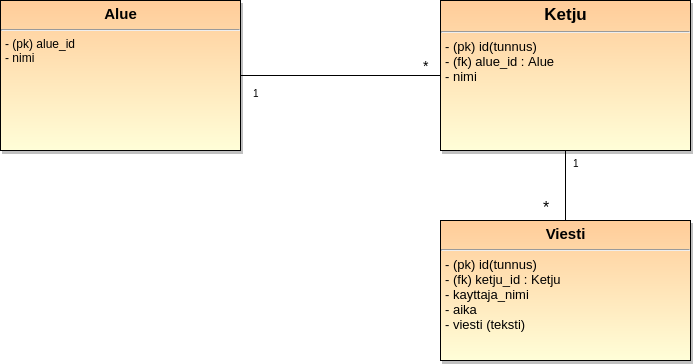
Before: tikapeTietokantakaavioVko2.png, a diagram exported from draw.io (lmeri/tikape-projekti). Source tidied: cells renumbered, new cells last; positions are measured from the earlier drawing's top-left corner, leaving out a move shared by most shapes.
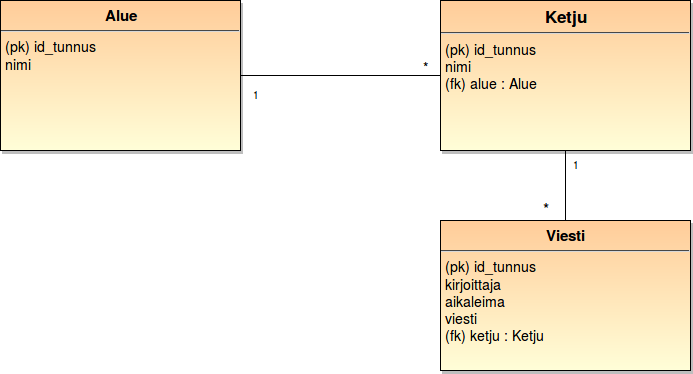
The same diagram one commit later.

Commit message:
päivitetty tietokantakaavio

What changed in the source:
```diff
@@ -2,14 +2,14 @@
   <root>
     <mxCell id="0" style="html=1;" />
     <mxCell id="1" style="html=1;" parent="0" />
-    <mxCell id="2" value="&lt;p style=&quot;margin: 0px ; margin-top: 4px ; text-align: center&quot;&gt;&lt;font style=&quot;font-size: 15px&quot;&gt;&lt;b&gt;Alue&lt;/b&gt;&lt;/font&gt;&lt;/p&gt;&lt;hr&gt;&lt;p style=&quot;margin: 0px ; margin-left: 4px&quot;&gt;&lt;font style=&quot;font-size: 12px&quot;&gt;- (pk) alue_id&lt;/font&gt;&lt;/p&gt;&lt;p style=&quot;margin: 0px ; margin-left: 4px&quot;&gt;&lt;font style=&quot;font-size: 12px&quot;&gt;- nimi&lt;/font&gt;&lt;/p&gt;" style="shadow=1;fillColor=#FFCC99;gradientColor=#FFFED8;verticalAlign=top;align=left;overflow=fill;fontSize=12;fontFamily=Helvetica;html=1;" parent="1" vertex="1">
+    <mxCell id="2" value="&lt;p style=&quot;margin: 0px ; margin-top: 4px ; text-align: center&quot;&gt;&lt;font style=&quot;font-size: 15px&quot;&gt;&lt;b&gt;Alue&lt;/b&gt;&lt;/font&gt;&lt;/p&gt;&lt;hr&gt;&lt;p style=&quot;margin: 0px ; margin-left: 4px&quot;&gt;&lt;font style=&quot;font-size: 14px&quot;&gt;(pk) id_tunnus&lt;br&gt;&lt;/font&gt;&lt;/p&gt;&lt;p style=&quot;margin: 0px ; margin-left: 4px&quot;&gt;&lt;font style=&quot;font-size: 14px&quot;&gt;nimi&lt;/font&gt;&lt;/p&gt;" style="shadow=1;fillColor=#FFCC99;gradientColor=#FFFED8;verticalAlign=top;align=left;overflow=fill;fontSize=12;fontFamily=Helvetica;html=1;" parent="1" vertex="1">
       <mxGeometry width="240" height="150" as="geometry" />
     </mxCell>
-    <mxCell id="3" value="&lt;p style=&quot;margin: 0px ; margin-top: 4px ; text-align: center&quot;&gt;&lt;font style=&quot;font-size: 17px&quot;&gt;&lt;b&gt;Ketju&lt;/b&gt;&lt;/font&gt;&lt;/p&gt;&lt;hr&gt;&lt;p style=&quot;margin: 0px ; margin-left: 4px&quot;&gt;&lt;font style=&quot;font-size: 13px&quot;&gt;- (pk) id(tunnus)&lt;/font&gt;&lt;/p&gt;&lt;p style=&quot;margin: 0px ; margin-left: 4px&quot;&gt;&lt;font style=&quot;font-size: 13px&quot;&gt;- (fk) alue_id : Alue&lt;/font&gt;&lt;/p&gt;&lt;p style=&quot;margin: 0px ; margin-left: 4px&quot;&gt;&lt;font style=&quot;font-size: 13px&quot;&gt;- nimi&lt;/font&gt;&lt;/p&gt;" style="shadow=1;fillColor=#FFCC99;gradientColor=#FFFED8;verticalAlign=top;align=left;overflow=fill;fontSize=12;fontFamily=Helvetica;html=1;" parent="1" vertex="1">
+    <mxCell id="3" value="&lt;p style=&quot;margin: 0px ; margin-top: 4px ; text-align: center&quot;&gt;&lt;font style=&quot;font-size: 17px&quot;&gt;&lt;b&gt;Ketju&lt;/b&gt;&lt;/font&gt;&lt;/p&gt;&lt;hr&gt;&lt;p style=&quot;margin: 0px ; margin-left: 4px&quot;&gt;&lt;font style=&quot;font-size: 14px&quot;&gt;(pk) id_tunnus&lt;/font&gt;&lt;/p&gt;&lt;p style=&quot;margin: 0px ; margin-left: 4px&quot;&gt;&lt;font style=&quot;font-size: 14px&quot;&gt;nimi&lt;br&gt;&lt;/font&gt;&lt;/p&gt;&lt;p style=&quot;margin: 0px ; margin-left: 4px&quot;&gt;&lt;font style=&quot;font-size: 13px&quot;&gt;&lt;font style=&quot;font-size: 14px&quot;&gt;(fk) alue : Alue&lt;/font&gt;&lt;br&gt;&lt;/font&gt;&lt;/p&gt;&amp;nbsp; &lt;br&gt;" style="shadow=1;fillColor=#FFCC99;gradientColor=#FFFED8;verticalAlign=top;align=left;overflow=fill;fontSize=12;fontFamily=Helvetica;html=1;" parent="1" vertex="1">
       <mxGeometry x="440" width="250" height="150" as="geometry" />
     </mxCell>
-    <mxCell id="4" value="&lt;p style=&quot;margin: 0px ; margin-top: 4px ; text-align: center&quot;&gt;&lt;font style=&quot;font-size: 15px&quot;&gt;&lt;b&gt;Viesti&lt;/b&gt;&lt;/font&gt;&lt;/p&gt;&lt;hr&gt;&lt;p style=&quot;margin: 0px ; margin-left: 4px&quot;&gt;&lt;font style=&quot;font-size: 13px&quot;&gt;- (pk) id(tunnus)&lt;/font&gt;&lt;/p&gt;&lt;p style=&quot;margin: 0px ; margin-left: 4px&quot;&gt;&lt;font style=&quot;font-size: 13px&quot;&gt;- (fk) ketju_id : Ketju&lt;/font&gt;&lt;/p&gt;&lt;p style=&quot;margin: 0px ; margin-left: 4px&quot;&gt;&lt;font style=&quot;font-size: 13px&quot;&gt;- kayttaja_nimi&lt;/font&gt;&lt;/p&gt;&lt;p style=&quot;margin: 0px ; margin-left: 4px&quot;&gt;&lt;font style=&quot;font-size: 13px&quot;&gt;- aika&lt;/font&gt;&lt;/p&gt;&lt;p style=&quot;margin: 0px ; margin-left: 4px&quot;&gt;&lt;span style=&quot;font-size: 13px&quot;&gt;- viesti (teksti)&lt;/span&gt;&lt;/p&gt;" style="shadow=1;fillColor=#FFCC99;gradientColor=#FFFED8;verticalAlign=top;align=left;overflow=fill;fontSize=12;fontFamily=Helvetica;html=1;" parent="1" vertex="1">
-      <mxGeometry x="440" y="220" width="250" height="140" as="geometry" />
+    <mxCell id="4" value="&lt;p style=&quot;margin: 0px ; margin-top: 4px ; text-align: center&quot;&gt;&lt;font style=&quot;font-size: 15px&quot;&gt;&lt;b&gt;Viesti&lt;/b&gt;&lt;/font&gt;&lt;/p&gt;&lt;hr&gt;&lt;p style=&quot;margin: 0px ; margin-left: 4px&quot;&gt;&lt;font style=&quot;font-size: 14px&quot;&gt;(pk) id_tunnus&lt;/font&gt;&lt;/p&gt;&lt;p style=&quot;margin: 0px ; margin-left: 4px&quot;&gt;&lt;font style=&quot;font-size: 14px&quot;&gt;kirjoittaja&lt;/font&gt;&lt;/p&gt;&lt;p style=&quot;margin: 0px ; margin-left: 4px&quot;&gt;&lt;font style=&quot;font-size: 14px&quot;&gt;aikaleima&lt;/font&gt;&lt;/p&gt;&lt;p style=&quot;margin: 0px ; margin-left: 4px&quot;&gt;&lt;font style=&quot;font-size: 14px&quot;&gt;&lt;span style=&quot;font-size: 13px&quot;&gt;&lt;font style=&quot;font-size: 14px&quot;&gt;viesti&lt;/font&gt;&lt;br&gt;&lt;/span&gt;&lt;/font&gt;&lt;/p&gt;&lt;p style=&quot;margin: 0px ; margin-left: 4px&quot;&gt;&lt;span style=&quot;font-size: 13px&quot;&gt;&lt;font style=&quot;font-size: 14px&quot;&gt;(fk) ketju : Ketju&lt;/font&gt;&lt;br&gt;&lt;/span&gt;&lt;/p&gt;" style="shadow=1;fillColor=#FFCC99;gradientColor=#FFFED8;verticalAlign=top;align=left;overflow=fill;fontSize=12;fontFamily=Helvetica;html=1;" parent="1" vertex="1">
+      <mxGeometry x="440" y="220" width="250" height="150" as="geometry" />
     </mxCell>
     <mxCell id="5" style="endArrow=none;startArrow=none;startFill=0;sourcePerimeterSpacing=5;align=right;elbow=horizontal;verticalAlign=top;html=1;endFill=0;exitX=1;exitY=0.5;entryX=0;entryY=0.5;" parent="1" edge="1" source="2" target="3">
       <mxGeometry x="20" y="-231" as="geometry">
```
